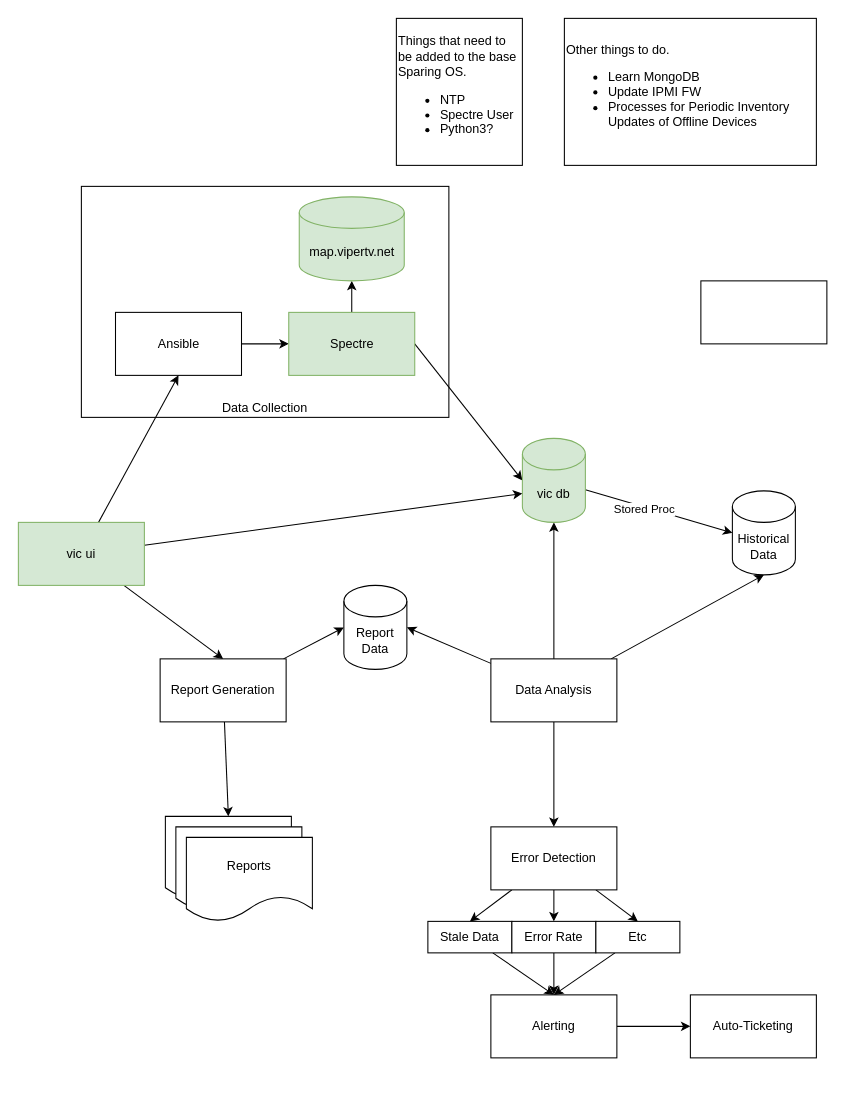
Earlier version of the draw.io diagram page "Page-1" (1 of 2) of Sparing.drawio (marcusspain/drawings). Source tidied: cells renumbered, new cells numbered last; positions are measured from the earlier drawing's top-left corner, leaving out a move shared by most shapes. Both pictures are drawn from the tidied source at 105%, with x=0, y=0 at pixel (18, 18).
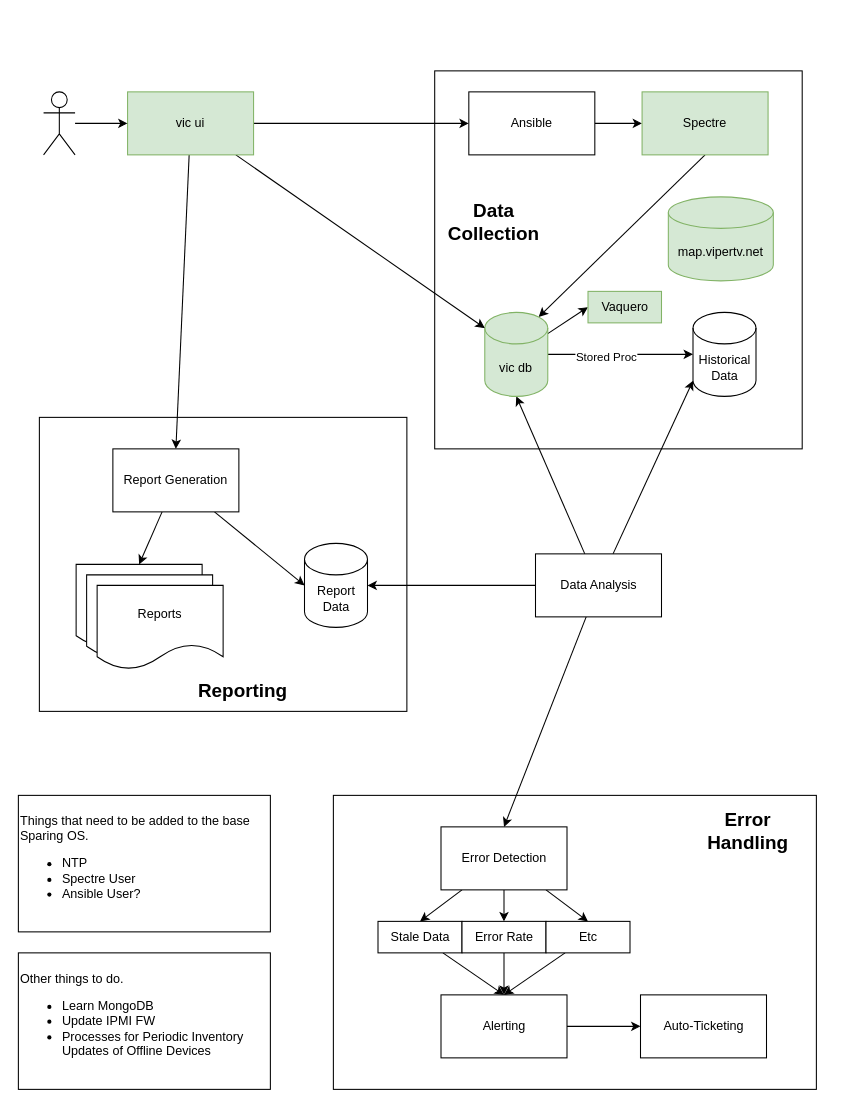
After the change.

Change to the diagram source:
```diff
@@
+    <mxCell id="47" style="rounded=0;whiteSpace=wrap;html=1;" parent="1" vertex="1">
+      <mxGeometry x="20" y="380" width="350" height="280" as="geometry" />
+    </mxCell>
+    <mxCell id="48" style="rounded=0;whiteSpace=wrap;html=1;" parent="1" vertex="1">
+      <mxGeometry x="300" y="740" width="460" height="280" as="geometry" />
+    </mxCell>
-    <mxCell id="2" value="&lt;br&gt;&lt;br&gt;&lt;br&gt;&lt;br&gt;&lt;br&gt;&lt;br&gt;&lt;br&gt;&lt;br&gt;&lt;br&gt;&lt;br&gt;&lt;br&gt;&lt;br&gt;&lt;br&gt;&lt;br&gt;Data Collection" style="rounded=0;whiteSpace=wrap;html=1;align=center;" parent="1" vertex="1">
-      <mxGeometry x="60" y="160" width="350" height="220" as="geometry" />
+    <mxCell id="2" style="rounded=0;whiteSpace=wrap;html=1;align=center;" parent="1" vertex="1">
+      <mxGeometry x="396.5" y="50" width="350" height="360" as="geometry" />
     </mxCell>
@@
     <mxCell id="5" value="Report Generation" style="rounded=0;whiteSpace=wrap;html=1;" parent="1" vertex="1">
-      <mxGeometry x="135" y="610" width="120" height="60" as="geometry" />
+      <mxGeometry x="90" y="410" width="120" height="60" as="geometry" />
     </mxCell>
@@
-    <mxCell id="9" style="edgeStyle=none;rounded=0;jettySize=auto;html=1;entryX=0.5;entryY=1;entryDx=0;entryDy=0;entryPerimeter=0;" parent="1" edge="1" source="10" target="33">
+    <mxCell id="9" style="edgeStyle=none;rounded=0;jettySize=auto;html=1;entryX=0;entryY=1;entryDx=0;entryDy=-15;entryPerimeter=0;" parent="1" edge="1" source="10" target="33">
       <mxGeometry relative="1" as="geometry" />
     </mxCell>
     <mxCell id="10" value="Data Analysis" style="rounded=0;whiteSpace=wrap;html=1;" parent="1" vertex="1">
-      <mxGeometry x="450" y="610" width="120" height="60" as="geometry" />
+      <mxGeometry x="492.5" y="510" width="120" height="60" as="geometry" />
     </mxCell>
@@
     <mxCell id="15" value="Error Detection" style="rounded=0;whiteSpace=wrap;html=1;" parent="1" vertex="1">
-      <mxGeometry x="450" y="770" width="120" height="60" as="geometry" />
+      <mxGeometry x="402.5" y="770" width="120" height="60" as="geometry" />
     </mxCell>
-    <mxCell id="16" style="rounded=0;whiteSpace=wrap;html=1;" parent="1" vertex="1">
-      <mxGeometry x="650" y="250" width="120" height="60" as="geometry" />
-    </mxCell>
-    <mxCell id="17" style="edgeStyle=none;rounded=0;jettySize=auto;html=1;entryX=0;entryY=0.5;entryDx=0;entryDy=0;exitX=1;exitY=0.5;exitDx=0;exitDy=0;entryPerimeter=0;" parent="1" edge="1" source="27" target="32">
+    <mxCell id="17" style="edgeStyle=none;rounded=0;jettySize=auto;html=1;entryX=0.855;entryY=0;entryDx=0;entryDy=4.35;entryPerimeter=0;exitX=0.5;exitY=1;exitDx=0;exitDy=0;" parent="1" edge="1" source="27" target="32">
       <mxGeometry relative="1" as="geometry" />
     </mxCell>
@@
     <mxCell id="19" value="Stale Data" style="rounded=0;whiteSpace=wrap;html=1;" parent="1" vertex="1">
-      <mxGeometry x="390" y="860" width="80" height="30" as="geometry" />
+      <mxGeometry x="342.5" y="860" width="80" height="30" as="geometry" />
     </mxCell>
@@
     <mxCell id="21" value="Error Rate" style="rounded=0;whiteSpace=wrap;html=1;" parent="1" vertex="1">
-      <mxGeometry x="470" y="860" width="80" height="30" as="geometry" />
+      <mxGeometry x="422.5" y="860" width="80" height="30" as="geometry" />
     </mxCell>
     <mxCell id="22" value="Alerting" style="rounded=0;whiteSpace=wrap;html=1;" parent="1" vertex="1">
-      <mxGeometry x="450" y="930" width="120" height="60" as="geometry" />
+      <mxGeometry x="402.5" y="930" width="120" height="60" as="geometry" />
     </mxCell>
@@
     <mxCell id="24" value="Ansible" style="rounded=0;whiteSpace=wrap;html=1;" parent="1" vertex="1">
-      <mxGeometry x="92.5" y="280" width="120" height="60" as="geometry" />
+      <mxGeometry x="429" y="70" width="120" height="60" as="geometry" />
     </mxCell>
     <mxCell id="25" value="Auto-Ticketing" style="rounded=0;whiteSpace=wrap;html=1;" parent="1" vertex="1">
-      <mxGeometry x="640" y="930" width="120" height="60" as="geometry" />
+      <mxGeometry x="592.5" y="930" width="120" height="60" as="geometry" />
     </mxCell>
-    <mxCell id="26" style="edgeStyle=none;rounded=0;jettySize=auto;html=1;entryX=0.5;entryY=1;entryDx=0;entryDy=0;entryPerimeter=0;" parent="1" edge="1" source="27" target="39">
-      <mxGeometry relative="1" as="geometry" />
-    </mxCell>
     <mxCell id="27" value="Spectre" style="rounded=0;whiteSpace=wrap;html=1;fillColor=#d5e8d4;strokeColor=#82b366;" parent="1" vertex="1">
-      <mxGeometry x="257.5" y="280" width="120" height="60" as="geometry" />
+      <mxGeometry x="594" y="70" width="120" height="60" as="geometry" />
     </mxCell>
-    <mxCell id="28" value="&lt;div&gt;Things that need to be added to the base Sparing OS.&lt;/div&gt;&lt;ul&gt;&lt;li&gt;NTP&lt;/li&gt;&lt;li&gt;Spectre User&lt;/li&gt;&lt;li&gt;Python3?&lt;/li&gt;&lt;/ul&gt;" style="rounded=0;whiteSpace=wrap;html=1;align=left;" parent="1" vertex="1">
-      <mxGeometry x="360" width="120" height="140" as="geometry" />
+    <mxCell id="28" value="&lt;div&gt;Things that need to be added to the base Sparing OS.&lt;/div&gt;&lt;ul&gt;&lt;li&gt;NTP&lt;/li&gt;&lt;li&gt;Spectre User&lt;/li&gt;&lt;li&gt;&lt;span&gt;Ansible User?&lt;/span&gt;&lt;br&gt;&lt;/li&gt;&lt;/ul&gt;" style="rounded=0;whiteSpace=wrap;html=1;align=left;" parent="1" vertex="1">
+      <mxGeometry y="740" width="240" height="130" as="geometry" />
     </mxCell>
     <mxCell id="29" value="Other things to do.&lt;br&gt;&lt;ul&gt;&lt;li&gt;Learn MongoDB&lt;/li&gt;&lt;li&gt;Update IPMI FW&lt;/li&gt;&lt;li&gt;Processes for Periodic Inventory Updates of Offline Devices&lt;/li&gt;&lt;/ul&gt;" style="rounded=0;whiteSpace=wrap;html=1;align=left;" parent="1" vertex="1">
-      <mxGeometry x="520" width="240" height="140" as="geometry" />
+      <mxGeometry y="890" width="240" height="130" as="geometry" />
     </mxCell>
@@
+    <mxCell id="49" style="edgeStyle=none;rounded=0;jettySize=auto;html=1;entryX=0;entryY=0.5;entryDx=0;entryDy=0;" parent="1" edge="1" source="32" target="55">
+      <mxGeometry relative="1" as="geometry" />
+    </mxCell>
     <mxCell id="32" value="vic db" style="shape=cylinder3;whiteSpace=wrap;html=1;boundedLbl=1;backgroundOutline=1;size=15;fillColor=#d5e8d4;strokeColor=#82b366;" parent="1" vertex="1">
-      <mxGeometry x="480" y="400" width="60" height="80" as="geometry" />
+      <mxGeometry x="444.2" y="280" width="60" height="80" as="geometry" />
     </mxCell>
     <mxCell id="33" value="&lt;span&gt;Historical Data&lt;/span&gt;" style="shape=cylinder3;whiteSpace=wrap;html=1;boundedLbl=1;backgroundOutline=1;size=15;" parent="1" vertex="1">
-      <mxGeometry x="680" y="450" width="60" height="80" as="geometry" />
+      <mxGeometry x="642.5" y="280" width="60" height="80" as="geometry" />
     </mxCell>
@@
-    <mxCell id="35" style="edgeStyle=none;rounded=0;jettySize=auto;html=1;entryX=0;entryY=0;entryDx=0;entryDy=52.5;entryPerimeter=0;" parent="1" edge="1" source="38" target="32">
+    <mxCell id="35" style="edgeStyle=none;rounded=0;jettySize=auto;html=1;entryX=0;entryY=0;entryDx=0;entryDy=15;entryPerimeter=0;" parent="1" edge="1" source="38" target="32">
       <mxGeometry relative="1" as="geometry" />
     </mxCell>
-    <mxCell id="36" style="edgeStyle=none;rounded=0;jettySize=auto;html=1;entryX=0.5;entryY=1;entryDx=0;entryDy=0;" parent="1" edge="1" source="38" target="24">
+    <mxCell id="36" style="edgeStyle=none;rounded=0;jettySize=auto;html=1;entryX=0;entryY=0.5;entryDx=0;entryDy=0;" parent="1" edge="1" source="38" target="24">
       <mxGeometry relative="1" as="geometry" />
     </mxCell>
@@
     <mxCell id="38" value="vic ui" style="rounded=0;whiteSpace=wrap;html=1;fillColor=#d5e8d4;strokeColor=#82b366;" parent="1" vertex="1">
-      <mxGeometry y="480" width="120" height="60" as="geometry" />
+      <mxGeometry x="104" y="70" width="120" height="60" as="geometry" />
     </mxCell>
     <mxCell id="39" value="map.vipertv.net" style="shape=cylinder3;whiteSpace=wrap;html=1;boundedLbl=1;backgroundOutline=1;size=15;fillColor=#d5e8d4;strokeColor=#82b366;" parent="1" vertex="1">
-      <mxGeometry x="267.5" y="170" width="100" height="80" as="geometry" />
+      <mxGeometry x="619" y="170" width="100" height="80" as="geometry" />
     </mxCell>
     <mxCell id="40" value="Report Data" style="shape=cylinder3;whiteSpace=wrap;html=1;boundedLbl=1;backgroundOutline=1;size=15;" parent="1" vertex="1">
-      <mxGeometry x="310" y="540" width="60" height="80" as="geometry" />
+      <mxGeometry x="272.5" y="500" width="60" height="80" as="geometry" />
     </mxCell>
     <mxCell id="41" style="group;" parent="1" vertex="1">
-      <mxGeometry x="140" y="760" width="140" height="100" as="geometry" />
+      <mxGeometry x="55" y="520" width="140" height="100" as="geometry" />
     </mxCell>
@@
     <mxCell id="46" value="Etc" style="rounded=0;whiteSpace=wrap;html=1;" parent="1" vertex="1">
-      <mxGeometry x="550" y="860" width="80" height="30" as="geometry" />
+      <mxGeometry x="502.5" y="860" width="80" height="30" as="geometry" />
     </mxCell>
+    <mxCell id="50" style="edgeStyle=none;rounded=0;jettySize=auto;html=1;entryX=0;entryY=0.5;entryDx=0;entryDy=0;" parent="1" edge="1" source="51" target="38">
+      <mxGeometry relative="1" as="geometry" />
+    </mxCell>
+    <mxCell id="51" style="shape=umlActor;verticalLabelPosition=bottom;verticalAlign=top;html=1;outlineConnect=0;" parent="1" vertex="1">
+      <mxGeometry x="24" y="70" width="30" height="60" as="geometry" />
+    </mxCell>
+    <mxCell id="52" value="&lt;h2&gt;Error Handling&lt;/h2&gt;" style="text;html=1;strokeColor=none;fillColor=none;align=center;verticalAlign=middle;whiteSpace=wrap;rounded=0;" parent="1" vertex="1">
+      <mxGeometry x="640" y="760" width="110" height="30" as="geometry" />
+    </mxCell>
+    <mxCell id="53" value="&lt;h2&gt;Data Collection&lt;/h2&gt;" style="text;html=1;strokeColor=none;fillColor=none;align=center;verticalAlign=middle;whiteSpace=wrap;rounded=0;" parent="1" vertex="1">
+      <mxGeometry x="400.8" y="180" width="103.5" height="30" as="geometry" />
+    </mxCell>
+    <mxCell id="54" value="&lt;h2&gt;Reporting&lt;/h2&gt;" style="text;html=1;strokeColor=none;fillColor=none;align=center;verticalAlign=middle;whiteSpace=wrap;rounded=0;" parent="1" vertex="1">
+      <mxGeometry x="159" y="626" width="110" height="30" as="geometry" />
+    </mxCell>
+    <mxCell id="55" value="Vaquero" style="rounded=0;whiteSpace=wrap;html=1;fillColor=#d5e8d4;strokeColor=#82b366;" parent="1" vertex="1">
+      <mxGeometry x="542.5" y="260" width="70" height="30" as="geometry" />
+    </mxCell>
```
